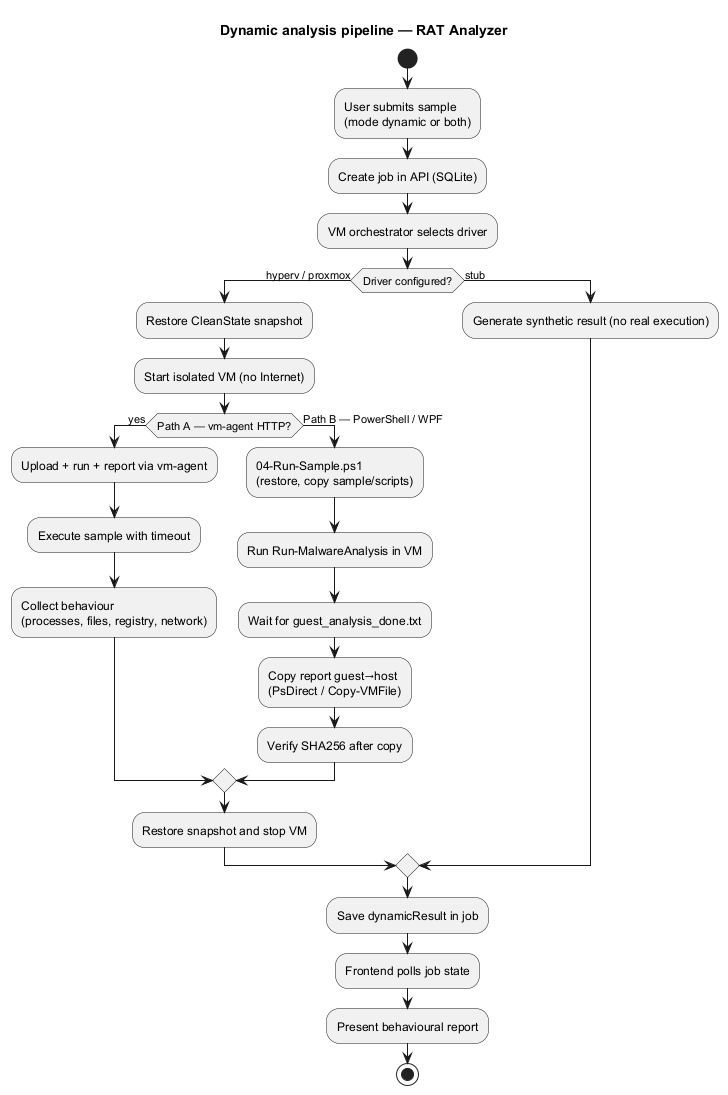
tlxp/PROJETO keeps this PlantUML diagram as relatório/imagens/fig-4-3-activity-dynamic.png. Above is the earlier version.
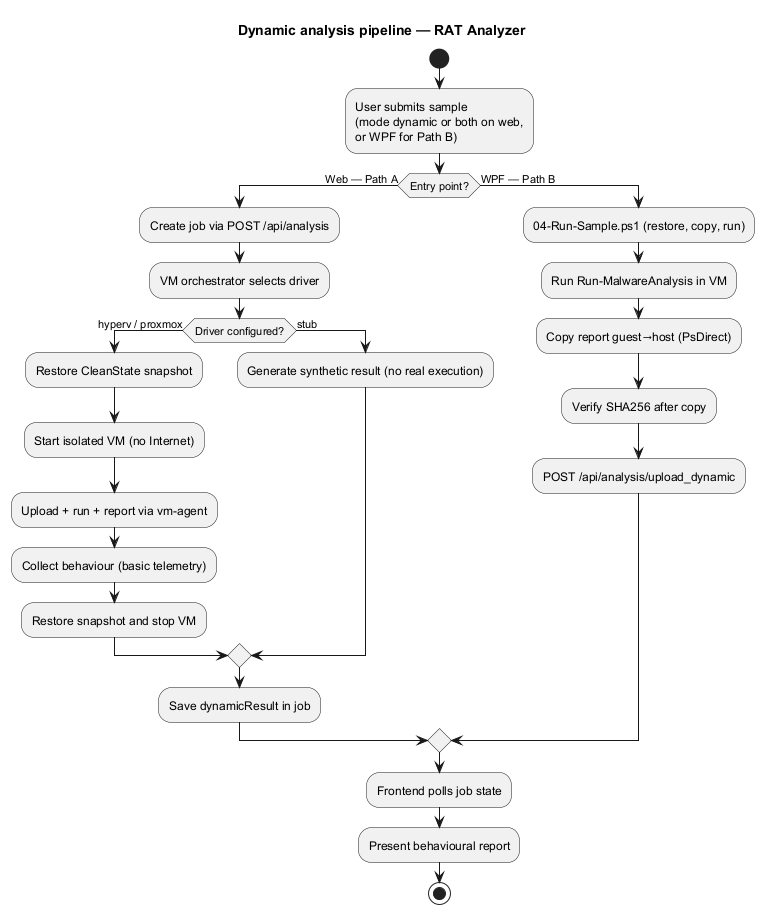
Above is the later version.

Change to the diagram source:
```diff
@@ -2,30 +2,29 @@
 title Dynamic analysis pipeline — RAT Analyzer
 
 start
-:User submits sample\n(mode dynamic or both);
-:Create job in API (SQLite);
-:VM orchestrator selects driver;
+:User submits sample\n(mode dynamic or both on web,\nor WPF for Path B);
 
-if (Driver configured?) then (hyperv / proxmox)
-  :Restore CleanState snapshot;
-  :Start isolated VM (no Internet);
-  if (Path A — vm-agent HTTP?) then (yes)
+if (Entry point?) then (Web — Path A)
+  :Create job via POST /api/analysis;
+  :VM orchestrator selects driver;
+  if (Driver configured?) then (hyperv / proxmox)
+    :Restore CleanState snapshot;
+    :Start isolated VM (no Internet);
     :Upload + run + report via vm-agent;
-    :Execute sample with timeout;
-    :Collect behaviour\n(processes, files, registry, network);
-  else (Path B — PowerShell / WPF)
-    :04-Run-Sample.ps1\n(restore, copy sample/scripts);
-    :Run Run-MalwareAnalysis in VM;
-    :Wait for guest_analysis_done.txt;
-    :Copy report guest→host\n(PsDirect / Copy-VMFile);
-    :Verify SHA256 after copy;
+    :Collect behaviour (basic telemetry);
+    :Restore snapshot and stop VM;
+  else (stub)
+    :Generate synthetic result (no real execution);
   endif
-  :Restore snapshot and stop VM;
-else (stub)
-  :Generate synthetic result (no real execution);
+  :Save dynamicResult in job;
+else (WPF — Path B)
+  :04-Run-Sample.ps1 (restore, copy, run);
+  :Run Run-MalwareAnalysis in VM;
+  :Copy report guest→host (PsDirect);
+  :Verify SHA256 after copy;
+  :POST /api/analysis/upload_dynamic;
 endif
 
-:Save dynamicResult in job;
 :Frontend polls job state;
 :Present behavioural report;
 stop
```
